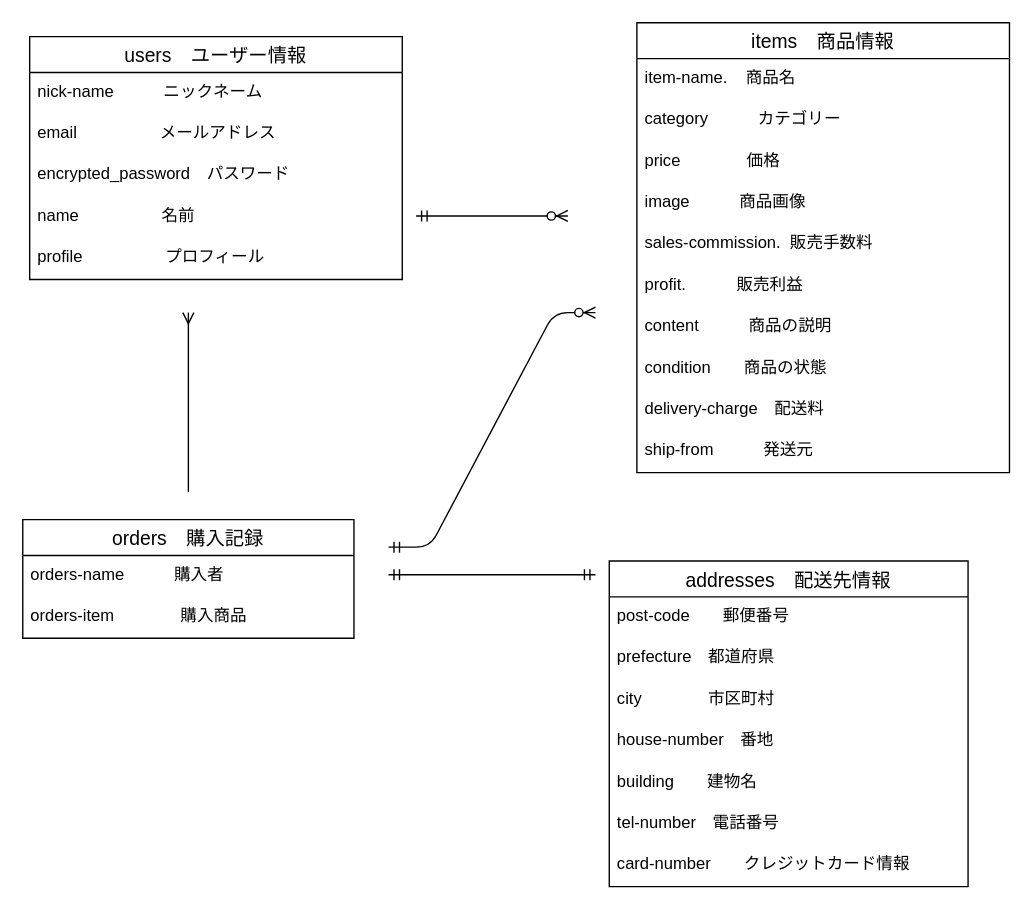
The draw.io diagram ER図.dio in yamaguchinorimitsu/furima-38344, before the edit. Source tidied: cells renumbered, new cells numbered last; positions are measured from the earlier drawing's top-left corner, leaving out a move shared by most shapes. Both pictures are drawn from the tidied source at 138%, with x=0, y=0 at pixel (22, 22).
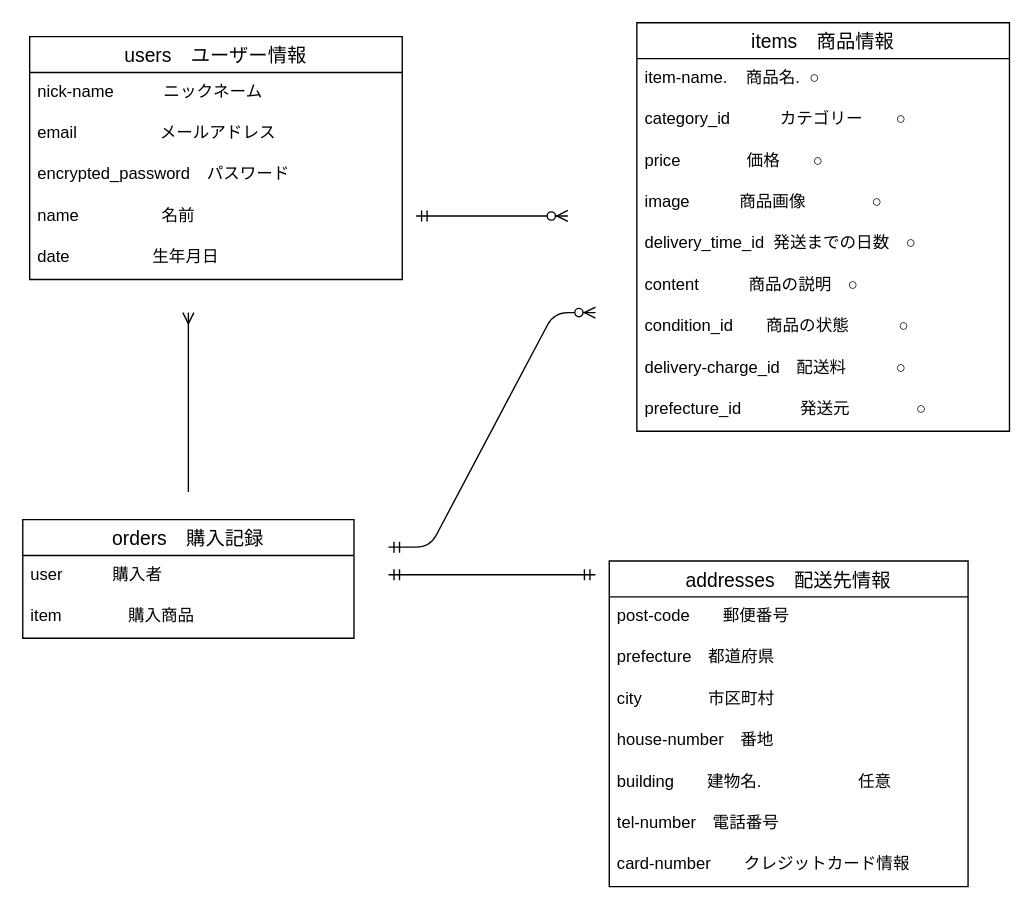
After the change.

Commit message (it also covers changes not shown here):
データベース設計　修正１

Unchanged cells that the change refers to:
```xml
<mxCell id="2" value="users　ユーザー情報" style="swimlane;fontStyle=0;horizontal=1;startSize=26;align=center;fontSize=14;" parent="1" vertex="1">
  <mxGeometry x="5" y="10" width="270" height="176" as="geometry" />
</mxCell>
<mxCell id="20" value="orders　購入記録" style="swimlane;fontStyle=0;horizontal=1;startSize=26;align=center;fontSize=14;" parent="1" vertex="1">
  <mxGeometry y="360" width="240" height="86" as="geometry" />
</mxCell>
<mxCell id="23" value="addresses　配送先情報" style="swimlane;fontStyle=0;horizontal=1;startSize=26;align=center;fontSize=14;" parent="1" vertex="1">
  <mxGeometry x="425" y="390" width="260" height="236" as="geometry" />
</mxCell>
```

Diff of the diagram source:
```diff
@@
-    <mxCell id="7" value="profile　　　　　プロフィール" style="text;strokeColor=none;fillColor=none;spacingLeft=4;spacingRight=4;overflow=hidden;fontSize=12;" parent="2" vertex="1">
+    <mxCell id="7" value="date　　　　　生年月日" style="text;strokeColor=none;fillColor=none;spacingLeft=4;spacingRight=4;overflow=hidden;fontSize=12;" parent="2" vertex="1">
       <mxGeometry y="146" width="270" height="30" as="geometry" />
     </mxCell>
     <mxCell id="8" value="items　商品情報" style="swimlane;fontStyle=0;horizontal=1;startSize=26;align=center;fontSize=14;" parent="1" vertex="1">
-      <mxGeometry x="445" width="270" height="326" as="geometry" />
+      <mxGeometry x="445" width="270" height="296" as="geometry" />
     </mxCell>
-    <mxCell id="9" value="item-name.    商品名" style="text;strokeColor=none;fillColor=none;spacingLeft=4;spacingRight=4;overflow=hidden;fontSize=12;" parent="8" vertex="1">
+    <mxCell id="9" value="item-name.    商品名.  ○" style="text;strokeColor=none;fillColor=none;spacingLeft=4;spacingRight=4;overflow=hidden;fontSize=12;" parent="8" vertex="1">
       <mxGeometry y="26" width="270" height="30" as="geometry" />
     </mxCell>
-    <mxCell id="10" value="category　　　カテゴリー" style="text;strokeColor=none;fillColor=none;spacingLeft=4;spacingRight=4;overflow=hidden;fontSize=12;" parent="8" vertex="1">
+    <mxCell id="10" value="category_id　　　カテゴリー　　○" style="text;strokeColor=none;fillColor=none;spacingLeft=4;spacingRight=4;overflow=hidden;fontSize=12;" parent="8" vertex="1">
       <mxGeometry y="56" width="270" height="30" as="geometry" />
     </mxCell>
-    <mxCell id="11" value="price　　　　価格" style="text;strokeColor=none;fillColor=none;spacingLeft=4;spacingRight=4;overflow=hidden;fontSize=12;" parent="8" vertex="1">
+    <mxCell id="11" value="price　　　　価格　　○" style="text;strokeColor=none;fillColor=none;spacingLeft=4;spacingRight=4;overflow=hidden;fontSize=12;" parent="8" vertex="1">
       <mxGeometry y="86" width="270" height="30" as="geometry" />
     </mxCell>
-    <mxCell id="12" value="image　　　商品画像" style="text;strokeColor=none;fillColor=none;spacingLeft=4;spacingRight=4;overflow=hidden;fontSize=12;" parent="8" vertex="1">
+    <mxCell id="12" value="image　　　商品画像　　　　○" style="text;strokeColor=none;fillColor=none;spacingLeft=4;spacingRight=4;overflow=hidden;fontSize=12;" parent="8" vertex="1">
       <mxGeometry y="116" width="270" height="30" as="geometry" />
     </mxCell>
-    <mxCell id="13" value="sales-commission.  販売手数料" style="text;strokeColor=none;fillColor=none;spacingLeft=4;spacingRight=4;overflow=hidden;fontSize=12;" parent="8" vertex="1">
+    <mxCell id="13" value="delivery_time_id  発送までの日数　○" style="text;strokeColor=none;fillColor=none;spacingLeft=4;spacingRight=4;overflow=hidden;fontSize=12;" parent="8" vertex="1">
       <mxGeometry y="146" width="270" height="30" as="geometry" />
     </mxCell>
-    <mxCell id="14" value="profit.           販売利益" style="text;strokeColor=none;fillColor=none;spacingLeft=4;spacingRight=4;overflow=hidden;fontSize=12;" parent="8" vertex="1">
-      <mxGeometry y="176" width="270" height="30" as="geometry" />
-    </mxCell>
-    <mxCell id="15" value="content　　　商品の説明" style="text;strokeColor=none;fillColor=none;spacingLeft=4;spacingRight=4;overflow=hidden;fontSize=12;" parent="8" vertex="1">
-      <mxGeometry y="206" width="270" height="30" as="geometry" />
+    <mxCell id="15" value="content　　　商品の説明　○" style="text;strokeColor=none;fillColor=none;spacingLeft=4;spacingRight=4;overflow=hidden;fontSize=12;" parent="8" vertex="1">
+      <mxGeometry y="176" width="270" height="30" as="geometry" />
     </mxCell>
-    <mxCell id="16" value="condition　　商品の状態" style="text;strokeColor=none;fillColor=none;spacingLeft=4;spacingRight=4;overflow=hidden;fontSize=12;" parent="8" vertex="1">
-      <mxGeometry y="236" width="270" height="30" as="geometry" />
+    <mxCell id="16" value="condition_id　　商品の状態　　　○" style="text;strokeColor=none;fillColor=none;spacingLeft=4;spacingRight=4;overflow=hidden;fontSize=12;" parent="8" vertex="1">
+      <mxGeometry y="206" width="270" height="30" as="geometry" />
     </mxCell>
-    <mxCell id="17" value="delivery-charge　配送料" style="text;strokeColor=none;fillColor=none;spacingLeft=4;spacingRight=4;overflow=hidden;fontSize=12;" parent="8" vertex="1">
-      <mxGeometry y="266" width="270" height="30" as="geometry" />
+    <mxCell id="17" value="delivery-charge_id　配送料　　　○" style="text;strokeColor=none;fillColor=none;spacingLeft=4;spacingRight=4;overflow=hidden;fontSize=12;" parent="8" vertex="1">
+      <mxGeometry y="236" width="270" height="30" as="geometry" />
     </mxCell>
-    <mxCell id="18" value="ship-from　　　発送元" style="text;strokeColor=none;fillColor=none;spacingLeft=4;spacingRight=4;overflow=hidden;fontSize=12;" parent="8" vertex="1">
-      <mxGeometry y="296" width="270" height="30" as="geometry" />
+    <mxCell id="18" value="prefecture_id  　　　発送元　　　　○" style="text;strokeColor=none;fillColor=none;spacingLeft=4;spacingRight=4;overflow=hidden;fontSize=12;" parent="8" vertex="1">
+      <mxGeometry y="266" width="270" height="30" as="geometry" />
     </mxCell>
@@
-    <mxCell id="21" value="orders-name　　　購入者" style="text;strokeColor=none;fillColor=none;spacingLeft=4;spacingRight=4;overflow=hidden;fontSize=12;" parent="20" vertex="1">
+    <mxCell id="21" value="user　　　購入者" style="text;strokeColor=none;fillColor=none;spacingLeft=4;spacingRight=4;overflow=hidden;fontSize=12;" parent="20" vertex="1">
       <mxGeometry y="26" width="240" height="30" as="geometry" />
     </mxCell>
-    <mxCell id="22" value="orders-item　　　　購入商品" style="text;strokeColor=none;fillColor=none;spacingLeft=4;spacingRight=4;overflow=hidden;fontSize=12;" parent="20" vertex="1">
+    <mxCell id="22" value="item　　　　購入商品" style="text;strokeColor=none;fillColor=none;spacingLeft=4;spacingRight=4;overflow=hidden;fontSize=12;" parent="20" vertex="1">
       <mxGeometry y="56" width="240" height="30" as="geometry" />
     </mxCell>
@@
-    <mxCell id="28" value="building　　建物名" style="text;strokeColor=none;fillColor=none;spacingLeft=4;spacingRight=4;overflow=hidden;fontSize=12;" parent="23" vertex="1">
+    <mxCell id="28" value="building　　建物名.  　　　　　 任意" style="text;strokeColor=none;fillColor=none;spacingLeft=4;spacingRight=4;overflow=hidden;fontSize=12;" parent="23" vertex="1">
       <mxGeometry y="146" width="260" height="30" as="geometry" />
     </mxCell>
```
